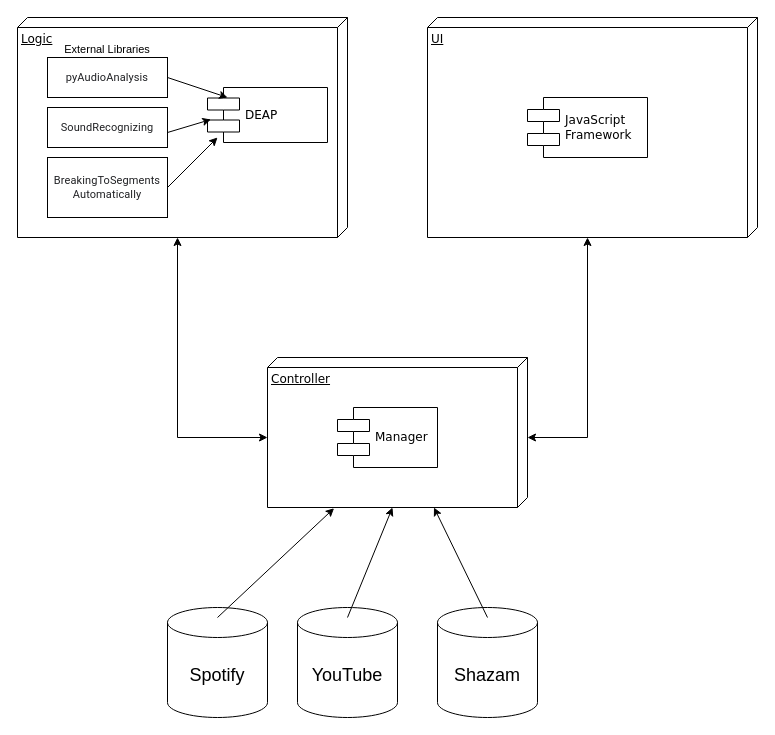
Earlier version of the draw.io diagram Component Map.drawio (chemesh/Alpha-Numeric-sounds). Source tidied: cells renumbered, new cells numbered last; positions are measured from the earlier drawing's top-left corner, leaving out a move shared by most shapes. Both pictures are drawn from the tidied source at 100%, with x=0, y=0 at pixel (17, 17).
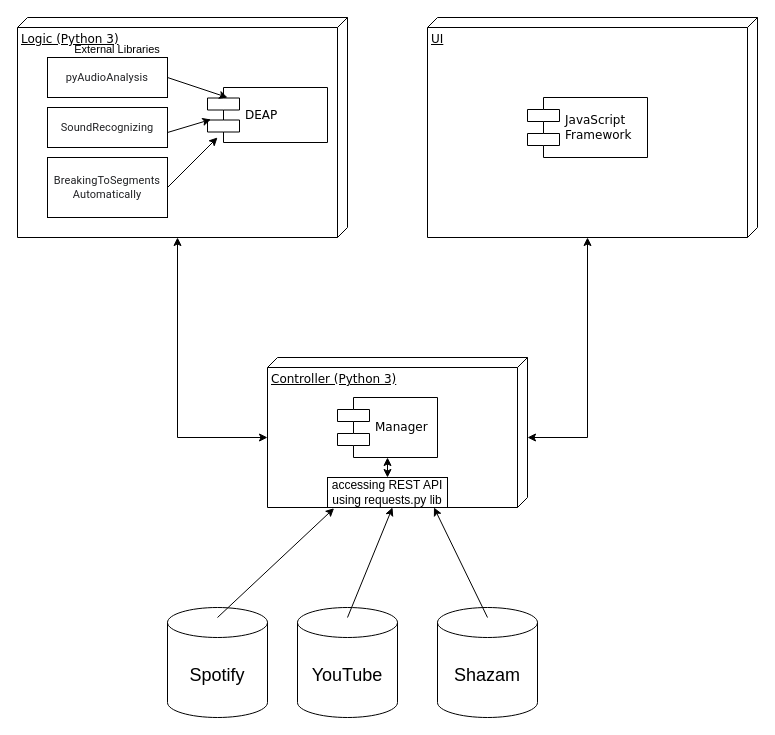
Above is the later version.

What changed in the source:
```diff
@@
-    <mxCell id="2" value="Logic" style="verticalAlign=top;align=left;spacingTop=8;spacingLeft=2;spacingRight=12;shape=cube;size=10;direction=south;fontStyle=4;html=1;rounded=0;shadow=0;comic=0;labelBackgroundColor=none;strokeWidth=1;fontFamily=Verdana;fontSize=12;" parent="1" vertex="1">
+    <mxCell id="2" value="Logic (Python 3)" style="verticalAlign=top;align=left;spacingTop=8;spacingLeft=2;spacingRight=12;shape=cube;size=10;direction=south;fontStyle=4;html=1;rounded=0;shadow=0;comic=0;labelBackgroundColor=none;strokeWidth=1;fontFamily=Verdana;fontSize=12;" parent="1" vertex="1">
       <mxGeometry width="330" height="220" as="geometry" />
     </mxCell>
@@
-    <mxCell id="4" value="Controller" style="verticalAlign=top;align=left;spacingTop=8;spacingLeft=2;spacingRight=12;shape=cube;size=10;direction=south;fontStyle=4;html=1;rounded=0;shadow=0;comic=0;labelBackgroundColor=none;strokeWidth=1;fontFamily=Verdana;fontSize=12;" parent="1" vertex="1">
+    <mxCell id="4" value="Controller (Python 3)&lt;br&gt;" style="verticalAlign=top;align=left;spacingTop=8;spacingLeft=2;spacingRight=12;shape=cube;size=10;direction=south;fontStyle=4;html=1;rounded=0;shadow=0;comic=0;labelBackgroundColor=none;strokeWidth=1;fontFamily=Verdana;fontSize=12;" parent="1" vertex="1">
       <mxGeometry x="250" y="340" width="260" height="150" as="geometry" />
     </mxCell>
@@
     <mxCell id="19" value="Manager" style="shape=component;align=left;spacingLeft=36;rounded=0;shadow=0;comic=0;labelBackgroundColor=none;strokeWidth=1;fontFamily=Verdana;fontSize=12;html=1;" parent="1" vertex="1">
-      <mxGeometry x="320" y="390" width="100" height="60" as="geometry" />
+      <mxGeometry x="320" y="380" width="100" height="60" as="geometry" />
     </mxCell>
@@
     <mxCell id="22" value="&lt;font style=&quot;font-size: 11px&quot;&gt;External Libraries&lt;/font&gt;" style="text;html=1;strokeColor=none;fillColor=none;align=center;verticalAlign=middle;whiteSpace=wrap;rounded=0;fontSize=18;" parent="1" vertex="1">
-      <mxGeometry x="10" y="20" width="160" height="20" as="geometry" />
+      <mxGeometry x="20" y="20" width="160" height="20" as="geometry" />
     </mxCell>
+    <mxCell id="23" value="accessing REST API using requests.py lib" style="rounded=0;whiteSpace=wrap;html=1;" parent="1" vertex="1">
+      <mxGeometry x="310" y="460" width="120" height="30" as="geometry" />
+    </mxCell>
+    <mxCell id="24" style="endArrow=classic;startArrow=classic;html=1;rounded=0;entryX=0.5;entryY=1;entryDx=0;entryDy=0;exitX=0.5;exitY=0;exitDx=0;exitDy=0;" parent="1" edge="1" source="23" target="19">
+      <mxGeometry relative="1" as="geometry" />
+    </mxCell>
```
